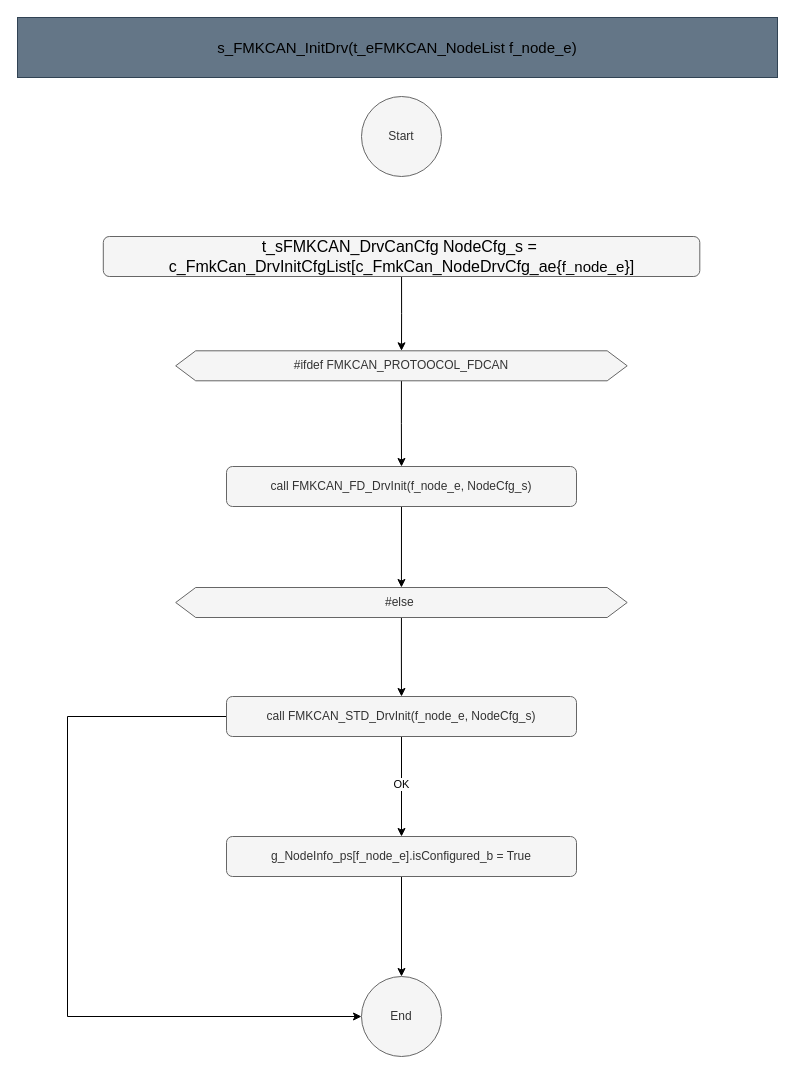
Earlier version of the draw.io diagram page "InitDrv" (5 of 17) of src/1_FMK/FMK_HAL/FMK_CAN/Doc/Architecture/FMK_CAN.drawio (mbarbeau0545/PickersRobotPOC). Source tidied: cells renumbered, new cells numbered last; positions are measured from the earlier drawing's top-left corner, leaving out a move shared by most shapes. Both pictures are drawn from the tidied source at 100%, with x=0, y=0 at pixel (17, 17).
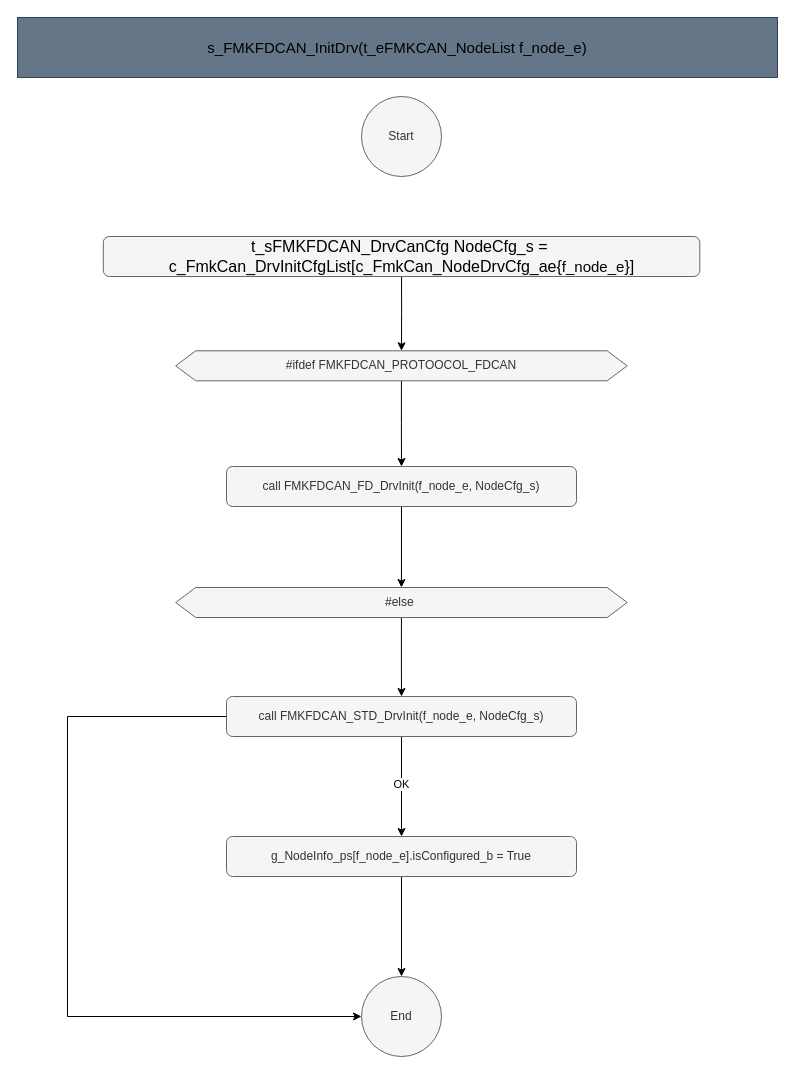
The same diagram, later.

The edit, as a diff of the source:
```diff
@@
-    <mxCell id="2" value="&lt;span style=&quot;color: rgb(0, 0, 0); font-size: 15px;&quot;&gt;s_FMKCAN_InitDrv(&lt;/span&gt;&lt;font style=&quot;font-size: 15px;&quot;&gt;&lt;span style=&quot;color: rgb(0, 0, 0); text-align: left; text-wrap: nowrap;&quot;&gt;t_eF&lt;/span&gt;&lt;span style=&quot;color: rgb(0, 0, 0); text-align: left; text-wrap: nowrap;&quot;&gt;M&lt;/span&gt;&lt;span style=&quot;color: rgb(0, 0, 0); text-align: left; text-wrap: nowrap;&quot;&gt;KCAN_NodeList f_node_e&lt;/span&gt;&lt;/font&gt;&lt;span style=&quot;color: rgb(0, 0, 0); font-size: 15px;&quot;&gt;)&lt;/span&gt;" style="rounded=0;whiteSpace=wrap;html=1;fillColor=#647687;fontColor=#ffffff;strokeColor=#314354;fontSize=14;" parent="1" vertex="1">
+    <mxCell id="2" value="&lt;span style=&quot;color: rgb(0, 0, 0); font-size: 15px;&quot;&gt;s_FMKFDCAN_InitDrv(&lt;/span&gt;&lt;font style=&quot;font-size: 15px;&quot;&gt;&lt;span style=&quot;color: rgb(0, 0, 0); text-align: left; text-wrap: nowrap;&quot;&gt;t_eF&lt;/span&gt;&lt;span style=&quot;color: rgb(0, 0, 0); text-align: left; text-wrap: nowrap;&quot;&gt;M&lt;/span&gt;&lt;span style=&quot;color: rgb(0, 0, 0); text-align: left; text-wrap: nowrap;&quot;&gt;KCAN_NodeList f_node_e&lt;/span&gt;&lt;/font&gt;&lt;span style=&quot;color: rgb(0, 0, 0); font-size: 15px;&quot;&gt;)&lt;/span&gt;" style="rounded=0;whiteSpace=wrap;html=1;fillColor=#647687;fontColor=#ffffff;strokeColor=#314354;fontSize=14;" parent="1" vertex="1">
       <mxGeometry width="760" height="60" as="geometry" />
     </mxCell>
@@
-    <mxCell id="4" value="&lt;span style=&quot;color: rgb(0, 0, 0); text-wrap: nowrap; font-size: 16px; text-align: left;&quot;&gt;t_sFMKCAN_DrvCan&lt;/span&gt;&lt;span style=&quot;color: rgb(0, 0, 0); text-wrap: nowrap; background-color: initial; font-size: 16px; text-align: left;&quot;&gt;Cfg NodeCfg_s =&amp;nbsp;&lt;/span&gt;&lt;div style=&quot;text-align: left;&quot;&gt;&lt;span style=&quot;color: rgb(0, 0, 0); font-size: 16px; text-wrap: nowrap;&quot;&gt;c_FmkCan_DrvInitCfgList[&lt;/span&gt;&lt;span style=&quot;background-color: initial; text-wrap: nowrap; color: rgb(0, 0, 0); font-size: 16px;&quot;&gt;c_FmkCan_NodeDrv&lt;/span&gt;&lt;span style=&quot;background-color: initial; text-wrap: nowrap; color: rgb(0, 0, 0); font-size: 16px;&quot;&gt;Cfg_ae{&lt;/span&gt;&lt;span style=&quot;color: rgb(0, 0, 0); font-size: 15px; text-wrap: nowrap;&quot;&gt;f_node_e&lt;/span&gt;&lt;span style=&quot;background-color: initial; text-wrap: nowrap; color: rgb(0, 0, 0); font-size: 16px;&quot;&gt;}&lt;/span&gt;&lt;span style=&quot;color: rgb(0, 0, 0); font-size: 16px; text-wrap: nowrap; background-color: initial;&quot;&gt;]&lt;/span&gt;&lt;/div&gt;" style="rounded=1;whiteSpace=wrap;html=1;fillColor=#f5f5f5;fontColor=#333333;strokeColor=#666666;fontSize=12;" parent="1" vertex="1">
+    <mxCell id="4" value="&lt;span style=&quot;color: rgb(0, 0, 0); text-wrap: nowrap; font-size: 16px; text-align: left;&quot;&gt;t_sFMKFDCAN_DrvCan&lt;/span&gt;&lt;span style=&quot;color: rgb(0, 0, 0); text-wrap: nowrap; background-color: initial; font-size: 16px; text-align: left;&quot;&gt;Cfg NodeCfg_s =&amp;nbsp;&lt;/span&gt;&lt;div style=&quot;text-align: left;&quot;&gt;&lt;span style=&quot;color: rgb(0, 0, 0); font-size: 16px; text-wrap: nowrap;&quot;&gt;c_FmkCan_DrvInitCfgList[&lt;/span&gt;&lt;span style=&quot;background-color: initial; text-wrap: nowrap; color: rgb(0, 0, 0); font-size: 16px;&quot;&gt;c_FmkCan_NodeDrv&lt;/span&gt;&lt;span style=&quot;background-color: initial; text-wrap: nowrap; color: rgb(0, 0, 0); font-size: 16px;&quot;&gt;Cfg_ae{&lt;/span&gt;&lt;span style=&quot;color: rgb(0, 0, 0); font-size: 15px; text-wrap: nowrap;&quot;&gt;f_node_e&lt;/span&gt;&lt;span style=&quot;background-color: initial; text-wrap: nowrap; color: rgb(0, 0, 0); font-size: 16px;&quot;&gt;}&lt;/span&gt;&lt;span style=&quot;color: rgb(0, 0, 0); font-size: 16px; text-wrap: nowrap; background-color: initial;&quot;&gt;]&lt;/span&gt;&lt;/div&gt;" style="rounded=1;whiteSpace=wrap;html=1;fillColor=#f5f5f5;fontColor=#333333;strokeColor=#666666;fontSize=12;" parent="1" vertex="1">
       <mxGeometry x="85.8" y="219" width="596.5" height="40" as="geometry" />
     </mxCell>
@@
-    <mxCell id="6" value="call FMKCAN_FD_DrvInit(f_node_e, NodeCfg_s)" style="rounded=1;whiteSpace=wrap;html=1;fillColor=#f5f5f5;fontColor=#333333;strokeColor=#666666;" parent="1" vertex="1">
+    <mxCell id="6" value="call FMKFDCAN_FD_DrvInit(f_node_e, NodeCfg_s)" style="rounded=1;whiteSpace=wrap;html=1;fillColor=#f5f5f5;fontColor=#333333;strokeColor=#666666;" parent="1" vertex="1">
       <mxGeometry x="209" y="449" width="350" height="40" as="geometry" />
     </mxCell>
@@
-    <mxCell id="10" value="#ifdef FMKCAN_PROTOOCOL_FDCAN" style="shape=hexagon;perimeter=hexagonPerimeter2;whiteSpace=wrap;html=1;fixedSize=1;fillColor=#f5f5f5;fontColor=#333333;strokeColor=#666666;" parent="1" vertex="1">
+    <mxCell id="10" value="#ifdef FMKFDCAN_PROTOOCOL_FDCAN" style="shape=hexagon;perimeter=hexagonPerimeter2;whiteSpace=wrap;html=1;fixedSize=1;fillColor=#f5f5f5;fontColor=#333333;strokeColor=#666666;" parent="1" vertex="1">
       <mxGeometry x="158.2" y="333.3" width="451.5" height="30" as="geometry" />
     </mxCell>
@@
-    <mxCell id="16" value="call FMKCAN_STD_DrvInit(f_node_e, NodeCfg_s)" style="rounded=1;whiteSpace=wrap;html=1;fillColor=#f5f5f5;fontColor=#333333;strokeColor=#666666;" parent="1" vertex="1">
+    <mxCell id="16" value="call FMKFDCAN_STD_DrvInit(f_node_e, NodeCfg_s)" style="rounded=1;whiteSpace=wrap;html=1;fillColor=#f5f5f5;fontColor=#333333;strokeColor=#666666;" parent="1" vertex="1">
       <mxGeometry x="209" y="679" width="350" height="40" as="geometry" />
     </mxCell>
```
